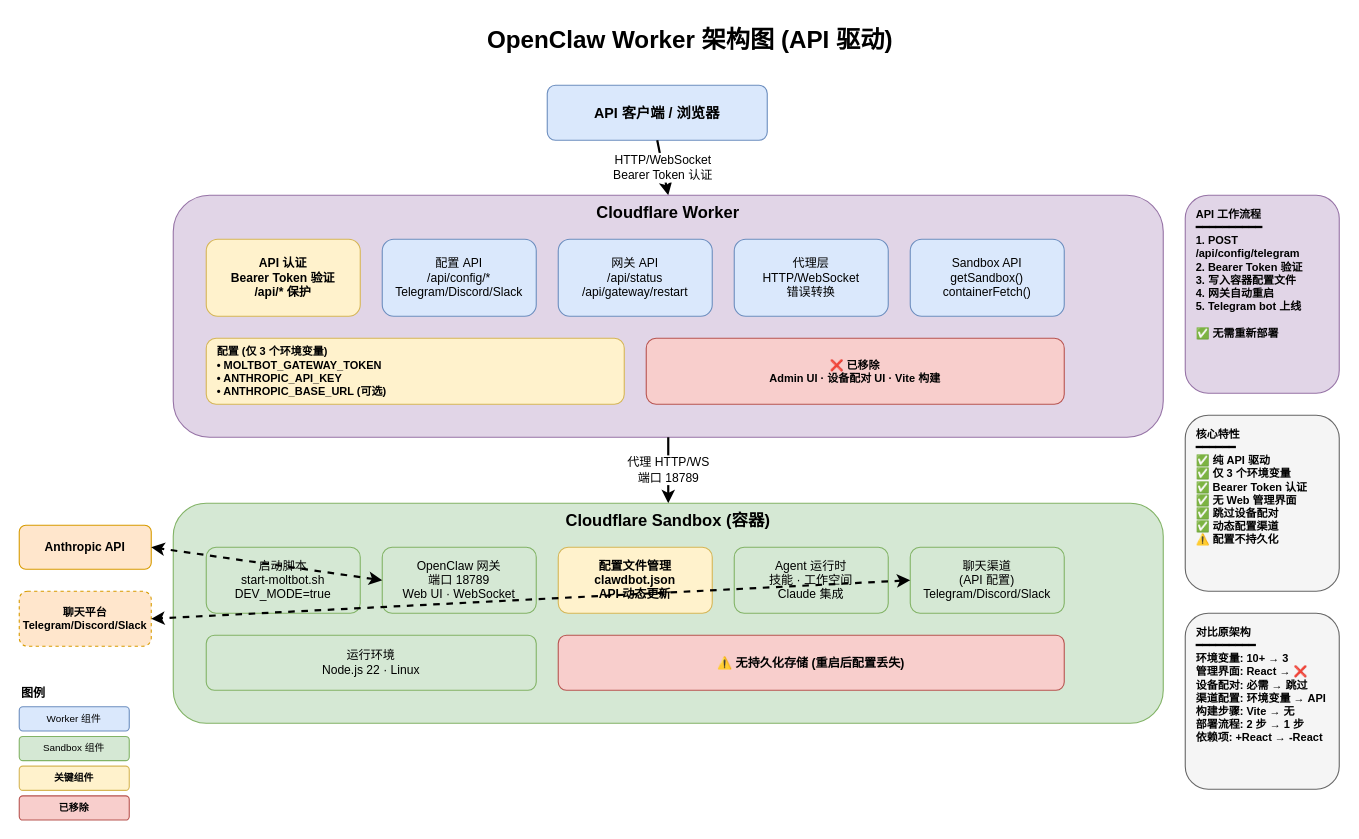
This is docs/architecture.drawio from ringcrl/openclaw-worker, a draw.io file, before an edit. Source tidied: cells renumbered, new cells numbered last; positions are measured from the earlier drawing's top-left corner, leaving out a move shared by most shapes. Both pictures are drawn from the tidied source at 110%, with x=0, y=0 at pixel (19, 19).
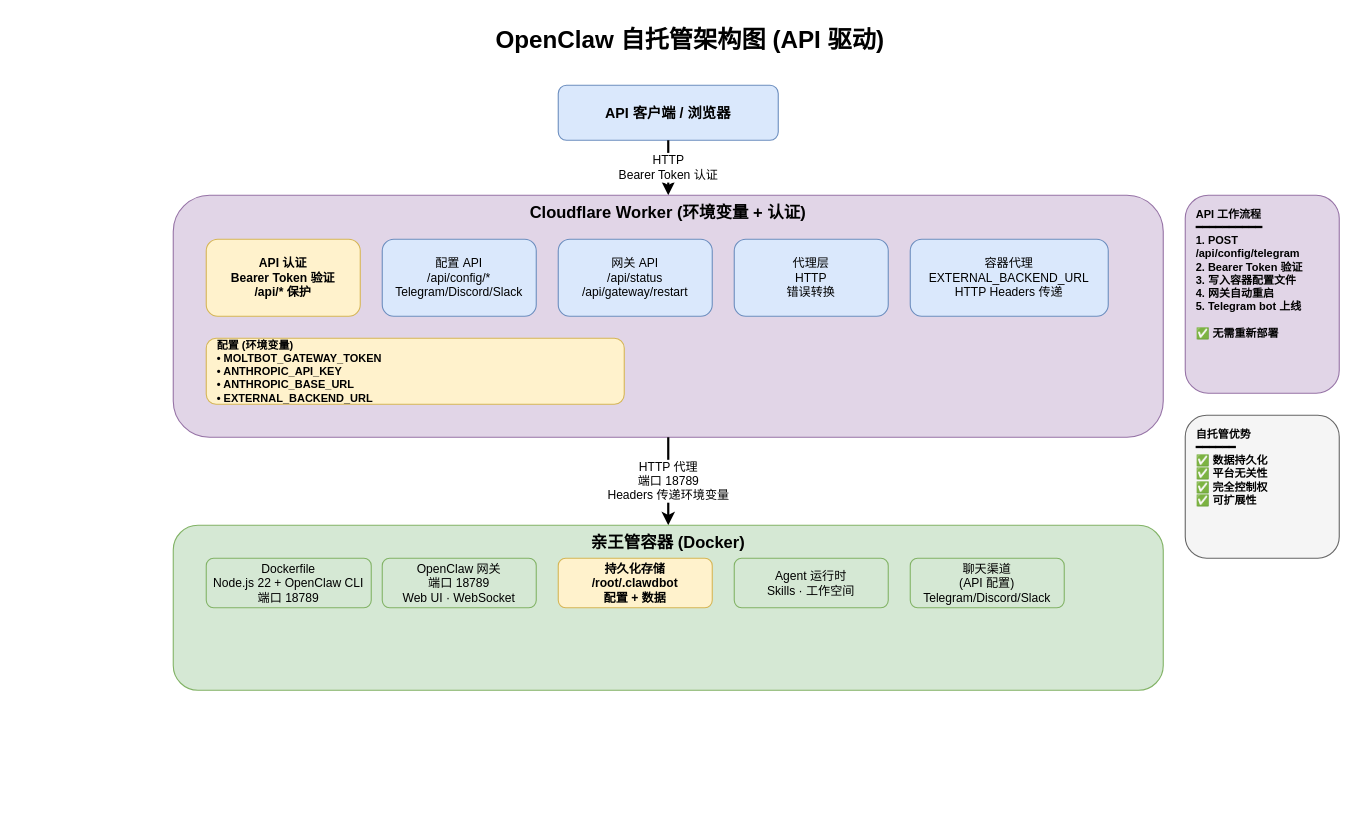
The same diagram, later.

Diff of the diagram source:
```diff
@@
-    <mxCell id="2" value="OpenClaw Worker 架构图 (API 驱动)" style="text;html=1;strokeColor=none;fillColor=none;align=center;verticalAlign=middle;whiteSpace=wrap;rounded=0;fontSize=22;fontStyle=1;" parent="1" vertex="1">
+    <mxCell id="2" value="OpenClaw 自托管架构图 (API 驱动)" style="text;html=1;strokeColor=none;fillColor=none;align=center;verticalAlign=middle;whiteSpace=wrap;rounded=0;fontSize=22;fontStyle=1;" parent="1" vertex="1">
       <mxGeometry x="410" width="400" height="40" as="geometry" />
     </mxCell>
     <mxCell id="3" value="API 客户端 / 浏览器" style="rounded=1;whiteSpace=wrap;html=1;fillColor=#dae8fc;strokeColor=#6c8ebf;fontSize=13;fontStyle=1;align=center;verticalAlign=middle;" parent="1" vertex="1">
-      <mxGeometry x="480" y="60" width="200" height="50" as="geometry" />
+      <mxGeometry x="490" y="60" width="200" height="50" as="geometry" />
     </mxCell>
-    <mxCell id="4" value="HTTP/WebSocket&#10;Bearer Token 认证" style="endArrow=classic;html=1;rounded=0;exitX=0.5;exitY=1;exitDx=0;exitDy=0;entryX=0.5;entryY=0;entryDx=0;entryDy=0;strokeWidth=2;fontSize=11;" parent="1" edge="1" source="3" target="5">
+    <mxCell id="4" value="HTTP&lt;br&gt;Bearer Token 认证" style="endArrow=classic;html=1;rounded=0;exitX=0.5;exitY=1;exitDx=0;exitDy=0;entryX=0.5;entryY=0;entryDx=0;entryDy=0;strokeWidth=2;fontSize=11;" parent="1" edge="1" source="3" target="5">
       <mxGeometry relative="1" as="geometry" />
     </mxCell>
-    <mxCell id="5" value="Cloudflare Worker" style="rounded=1;whiteSpace=wrap;html=1;fillColor=#e1d5e7;strokeColor=#9673a6;fontSize=15;fontStyle=1;align=center;verticalAlign=top;" parent="1" vertex="1">
+    <mxCell id="5" value="Cloudflare Worker (环境变量 + 认证)" style="rounded=1;whiteSpace=wrap;html=1;fillColor=#e1d5e7;strokeColor=#9673a6;fontSize=15;fontStyle=1;align=center;verticalAlign=top;" parent="1" vertex="1">
       <mxGeometry x="140" y="160" width="900" height="220" as="geometry" />
     </mxCell>
@@
-    <mxCell id="9" value="代理层&#10;HTTP/WebSocket&#10;错误转换" style="rounded=1;whiteSpace=wrap;html=1;fillColor=#dae8fc;strokeColor=#6c8ebf;fontSize=11;align=center;verticalAlign=middle;" parent="5" vertex="1">
+    <mxCell id="9" value="代理层&lt;br&gt;HTTP&lt;br&gt;错误转换" style="rounded=1;whiteSpace=wrap;html=1;fillColor=#dae8fc;strokeColor=#6c8ebf;fontSize=11;align=center;verticalAlign=middle;" parent="5" vertex="1">
       <mxGeometry x="510" y="40" width="140" height="70" as="geometry" />
     </mxCell>
-    <mxCell id="10" value="Sandbox API&#10;getSandbox()&#10;containerFetch()" style="rounded=1;whiteSpace=wrap;html=1;fillColor=#dae8fc;strokeColor=#6c8ebf;fontSize=11;align=center;verticalAlign=middle;" parent="5" vertex="1">
-      <mxGeometry x="670" y="40" width="140" height="70" as="geometry" />
+    <mxCell id="10" value="容器代理&#10;EXTERNAL_BACKEND_URL&#10;HTTP Headers 传递" style="rounded=1;whiteSpace=wrap;html=1;fillColor=#dae8fc;strokeColor=#6c8ebf;fontSize=11;align=center;verticalAlign=middle;" parent="5" vertex="1">
+      <mxGeometry x="670" y="40" width="180" height="70" as="geometry" />
     </mxCell>
-    <mxCell id="11" value="配置 (仅 3 个环境变量)&#10;• MOLTBOT_GATEWAY_TOKEN&#10;• ANTHROPIC_API_KEY&#10;• ANTHROPIC_BASE_URL (可选)" style="rounded=1;whiteSpace=wrap;html=1;fillColor=#fff2cc;strokeColor=#d6b656;fontSize=10;align=left;verticalAlign=middle;fontStyle=1;spacingLeft=8;" parent="5" vertex="1">
+    <mxCell id="11" value="配置 (环境变量)&lt;br&gt;• MOLTBOT_GATEWAY_TOKEN&lt;br&gt;• ANTHROPIC_API_KEY&lt;br&gt;• ANTHROPIC_BASE_URL&lt;br&gt;• EXTERNAL_BACKEND_URL" style="rounded=1;whiteSpace=wrap;html=1;fillColor=#fff2cc;strokeColor=#d6b656;fontSize=10;align=left;verticalAlign=middle;fontStyle=1;spacingLeft=8;" parent="5" vertex="1">
       <mxGeometry x="30" y="130" width="380" height="60" as="geometry" />
     </mxCell>
-    <mxCell id="12" value="❌ 已移除&#10;Admin UI · 设备配对 UI · Vite 构建" style="rounded=1;whiteSpace=wrap;html=1;fillColor=#f8cecc;strokeColor=#b85450;fontSize=10;align=center;verticalAlign=middle;fontStyle=1;" parent="5" vertex="1">
-      <mxGeometry x="430" y="130" width="380" height="60" as="geometry" />
-    </mxCell>
-    <mxCell id="13" value="代理 HTTP/WS&#10;端口 18789" style="endArrow=classic;html=1;rounded=0;exitX=0.5;exitY=1;exitDx=0;exitDy=0;entryX=0.5;entryY=0;entryDx=0;entryDy=0;strokeWidth=2;fontSize=11;" parent="1" edge="1" source="5" target="14">
+    <mxCell id="13" value="HTTP 代理&lt;br&gt;端口 18789&lt;br&gt;Headers 传递环境变量" style="endArrow=classic;html=1;rounded=0;exitX=0.5;exitY=1;exitDx=0;exitDy=0;entryX=0.5;entryY=0;entryDx=0;entryDy=0;strokeWidth=2;fontSize=11;" parent="1" edge="1" source="5" target="14">
       <mxGeometry relative="1" as="geometry" />
     </mxCell>
-    <mxCell id="14" value="Cloudflare Sandbox (容器)" style="rounded=1;whiteSpace=wrap;html=1;fillColor=#d5e8d4;strokeColor=#82b366;fontSize=15;fontStyle=1;align=center;verticalAlign=top;" parent="1" vertex="1">
-      <mxGeometry x="140" y="440" width="900" height="200" as="geometry" />
+    <mxCell id="14" value="亲王管容器 (Docker)" style="rounded=1;whiteSpace=wrap;html=1;fillColor=#d5e8d4;strokeColor=#82b366;fontSize=15;fontStyle=1;align=center;verticalAlign=top;" parent="1" vertex="1">
+      <mxGeometry x="140" y="460" width="900" height="150" as="geometry" />
     </mxCell>
-    <mxCell id="15" value="启动脚本&#10;start-moltbot.sh&#10;DEV_MODE=true" style="rounded=1;whiteSpace=wrap;html=1;fillColor=#d5e8d4;strokeColor=#82b366;fontSize=11;align=center;verticalAlign=middle;" parent="14" vertex="1">
-      <mxGeometry x="30" y="40" width="140" height="60" as="geometry" />
+    <mxCell id="15" value="Dockerfile&#10;Node.js 22 + OpenClaw CLI&#10;端口 18789" style="rounded=1;whiteSpace=wrap;html=1;fillColor=#d5e8d4;strokeColor=#82b366;fontSize=11;align=center;verticalAlign=middle;" parent="14" vertex="1">
+      <mxGeometry x="30" y="30" width="150" height="45" as="geometry" />
     </mxCell>
     <mxCell id="16" value="OpenClaw 网关&#10;端口 18789&#10;Web UI · WebSocket" style="rounded=1;whiteSpace=wrap;html=1;fillColor=#d5e8d4;strokeColor=#82b366;fontSize=11;align=center;verticalAlign=middle;" parent="14" vertex="1">
-      <mxGeometry x="190" y="40" width="140" height="60" as="geometry" />
+      <mxGeometry x="190" y="30" width="140" height="45" as="geometry" />
     </mxCell>
-    <mxCell id="17" value="配置文件管理&#10;clawdbot.json&#10;API 动态更新" style="rounded=1;whiteSpace=wrap;html=1;fillColor=#fff2cc;strokeColor=#d6b656;fontSize=11;align=center;verticalAlign=middle;fontStyle=1;" parent="14" vertex="1">
-      <mxGeometry x="350" y="40" width="140" height="60" as="geometry" />
+    <mxCell id="17" value="持久化存储&#10;/root/.clawdbot&#10;配置 + 数据" style="rounded=1;whiteSpace=wrap;html=1;fillColor=#fff2cc;strokeColor=#d6b656;fontSize=11;align=center;verticalAlign=middle;fontStyle=1;" parent="14" vertex="1">
+      <mxGeometry x="350" y="30" width="140" height="45" as="geometry" />
     </mxCell>
-    <mxCell id="18" value="Agent 运行时&#10;技能 · 工作空间&#10;Claude 集成" style="rounded=1;whiteSpace=wrap;html=1;fillColor=#d5e8d4;strokeColor=#82b366;fontSize=11;align=center;verticalAlign=middle;" parent="14" vertex="1">
-      <mxGeometry x="510" y="40" width="140" height="60" as="geometry" />
+    <mxCell id="18" value="Agent 运行时&lt;br&gt;Skills · 工作空间" style="rounded=1;whiteSpace=wrap;html=1;fillColor=#d5e8d4;strokeColor=#82b366;fontSize=11;align=center;verticalAlign=middle;" parent="14" vertex="1">
+      <mxGeometry x="510" y="30" width="140" height="45" as="geometry" />
     </mxCell>
     <mxCell id="19" value="聊天渠道&#10;(API 配置)&#10;Telegram/Discord/Slack" style="rounded=1;whiteSpace=wrap;html=1;fillColor=#d5e8d4;strokeColor=#82b366;fontSize=11;align=center;verticalAlign=middle;" parent="14" vertex="1">
-      <mxGeometry x="670" y="40" width="140" height="60" as="geometry" />
+      <mxGeometry x="670" y="30" width="140" height="45" as="geometry" />
     </mxCell>
-    <mxCell id="20" value="运行环境&#10;Node.js 22 · Linux" style="rounded=1;whiteSpace=wrap;html=1;fillColor=#d5e8d4;strokeColor=#82b366;fontSize=11;align=center;verticalAlign=middle;" parent="14" vertex="1">
-      <mxGeometry x="30" y="120" width="300" height="50" as="geometry" />
-    </mxCell>
-    <mxCell id="21" value="⚠️ 无持久化存储 (重启后配置丢失)" style="rounded=1;whiteSpace=wrap;html=1;fillColor=#f8cecc;strokeColor=#b85450;fontSize=11;align=center;verticalAlign=middle;fontStyle=1;" parent="14" vertex="1">
-      <mxGeometry x="350" y="120" width="460" height="50" as="geometry" />
-    </mxCell>
-    <mxCell id="22" value="Anthropic API" style="rounded=1;whiteSpace=wrap;html=1;fillColor=#ffe6cc;strokeColor=#d79b00;fontSize=11;align=center;verticalAlign=middle;fontStyle=1;" parent="1" vertex="1">
-      <mxGeometry y="460" width="120" height="40" as="geometry" />
-    </mxCell>
-    <mxCell id="23" value="聊天平台&#10;Telegram/Discord/Slack" style="rounded=1;whiteSpace=wrap;html=1;fillColor=#ffe6cc;strokeColor=#d79b00;fontSize=10;align=center;verticalAlign=middle;fontStyle=1;dashed=1;" parent="1" vertex="1">
-      <mxGeometry y="520" width="120" height="50" as="geometry" />
-    </mxCell>
-    <mxCell id="24" style="endArrow=classic;startArrow=classic;html=1;rounded=0;exitX=0;exitY=0.5;exitDx=0;exitDy=0;entryX=1;entryY=0.5;entryDx=0;entryDy=0;strokeWidth=2;dashed=1;" parent="1" edge="1" source="16" target="22">
-      <mxGeometry relative="1" as="geometry" />
-    </mxCell>
-    <mxCell id="25" style="endArrow=classic;startArrow=classic;html=1;rounded=0;exitX=0;exitY=0.5;exitDx=0;exitDy=0;entryX=1;entryY=0.5;entryDx=0;entryDy=0;strokeWidth=2;dashed=1;" parent="1" edge="1" source="19" target="23">
-      <mxGeometry relative="1" as="geometry" />
-    </mxCell>
@@
-    <mxCell id="27" value="核心特性&#10;━━━━━━&#10;✅ 纯 API 驱动&#10;✅ 仅 3 个环境变量&#10;✅ Bearer Token 认证&#10;✅ 无 Web 管理界面&#10;✅ 跳过设备配对&#10;✅ 动态配置渠道&#10;⚠️ 配置不持久化" style="rounded=1;whiteSpace=wrap;html=1;fillColor=#f5f5f5;strokeColor=#666666;fontSize=10;align=left;verticalAlign=top;fontStyle=1;spacingLeft=8;spacingTop=5;" parent="1" vertex="1">
-      <mxGeometry x="1060" y="360" width="140" height="160" as="geometry" />
+    <mxCell id="27" value="自托管优势&lt;br&gt;━━━━━━&lt;br&gt;✅ 数据持久化&lt;br&gt;✅ 平台无关性&lt;br&gt;✅ 完全控制权&lt;br&gt;✅ 可扩展性" style="rounded=1;whiteSpace=wrap;html=1;fillColor=#f5f5f5;strokeColor=#666666;fontSize=10;align=left;verticalAlign=top;fontStyle=1;spacingLeft=8;spacingTop=5;" parent="1" vertex="1">
+      <mxGeometry x="1060" y="360" width="140" height="130" as="geometry" />
     </mxCell>
-    <mxCell id="28" value="对比原架构&#10;━━━━━━━━━&#10;环境变量: 10+ → 3&#10;管理界面: React → ❌&#10;设备配对: 必需 → 跳过&#10;渠道配置: 环境变量 → API&#10;构建步骤: Vite → 无&#10;部署流程: 2 步 → 1 步&#10;依赖项: +React → -React" style="rounded=1;whiteSpace=wrap;html=1;fillColor=#f5f5f5;strokeColor=#666666;fontSize=10;align=left;verticalAlign=top;fontStyle=1;spacingLeft=8;spacingTop=5;" parent="1" vertex="1">
-      <mxGeometry x="1060" y="540" width="140" height="160" as="geometry" />
-    </mxCell>
-    <mxCell id="29" value="图例" style="text;html=1;strokeColor=none;fillColor=none;align=left;verticalAlign=middle;whiteSpace=wrap;rounded=0;fontSize=11;fontStyle=1;" parent="1" vertex="1">
-      <mxGeometry y="600" width="60" height="25" as="geometry" />
-    </mxCell>
-    <mxCell id="30" value="Worker 组件" style="rounded=1;whiteSpace=wrap;html=1;fillColor=#dae8fc;strokeColor=#6c8ebf;fontSize=9;align=center;verticalAlign=middle;" parent="1" vertex="1">
-      <mxGeometry y="625" width="100" height="22" as="geometry" />
-    </mxCell>
-    <mxCell id="31" value="Sandbox 组件" style="rounded=1;whiteSpace=wrap;html=1;fillColor=#d5e8d4;strokeColor=#82b366;fontSize=9;align=center;verticalAlign=middle;" parent="1" vertex="1">
-      <mxGeometry y="652" width="100" height="22" as="geometry" />
-    </mxCell>
-    <mxCell id="32" value="关键组件" style="rounded=1;whiteSpace=wrap;html=1;fillColor=#fff2cc;strokeColor=#d6b656;fontSize=9;align=center;verticalAlign=middle;fontStyle=1;" parent="1" vertex="1">
-      <mxGeometry y="679" width="100" height="22" as="geometry" />
-    </mxCell>
-    <mxCell id="33" value="已移除" style="rounded=1;whiteSpace=wrap;html=1;fillColor=#f8cecc;strokeColor=#b85450;fontSize=9;align=center;verticalAlign=middle;fontStyle=1;" parent="1" vertex="1">
-      <mxGeometry y="706" width="100" height="22" as="geometry" />
-    </mxCell>
```
